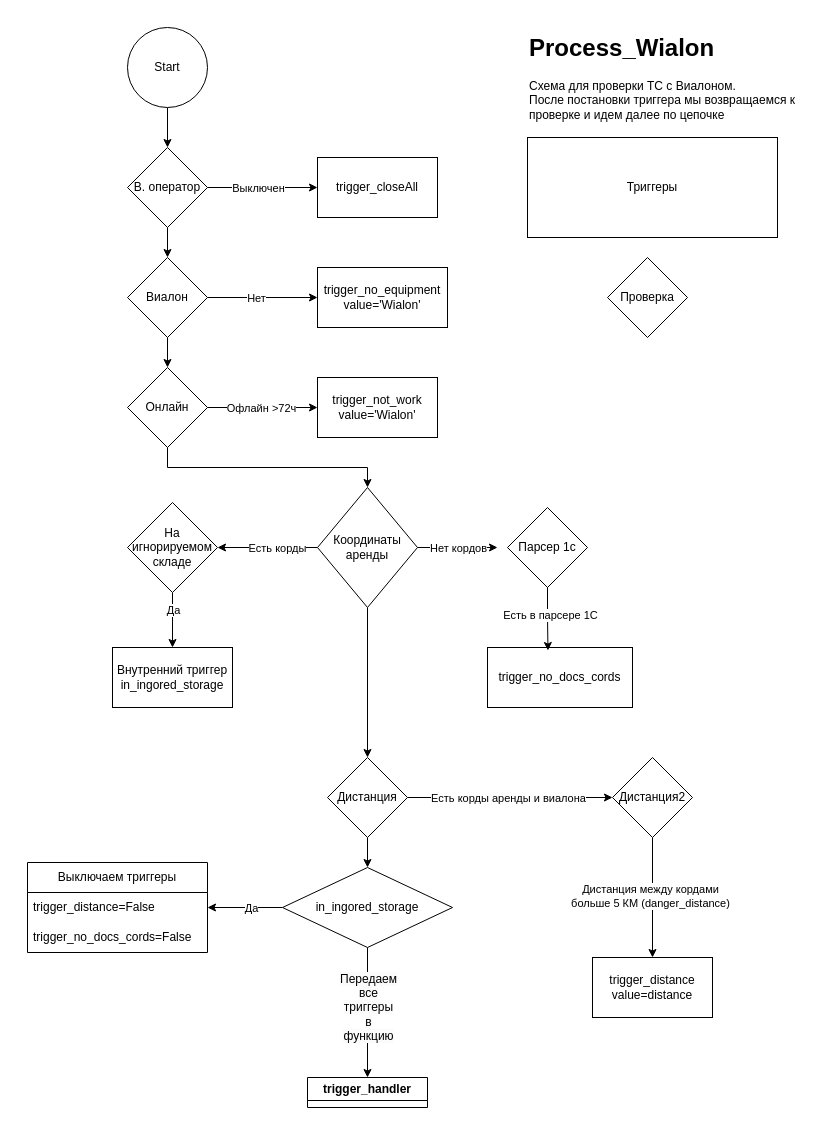
Before: process_wialon.drawio in KiraPixel/cm-virtual-operator, a draw.io diagram. Source tidied: cells renumbered, new cells numbered last; positions are measured from the earlier drawing's top-left corner, leaving out a move shared by most shapes. Both pictures are drawn from the tidied source at 100%, with x=0, y=0 at pixel (27, 27).
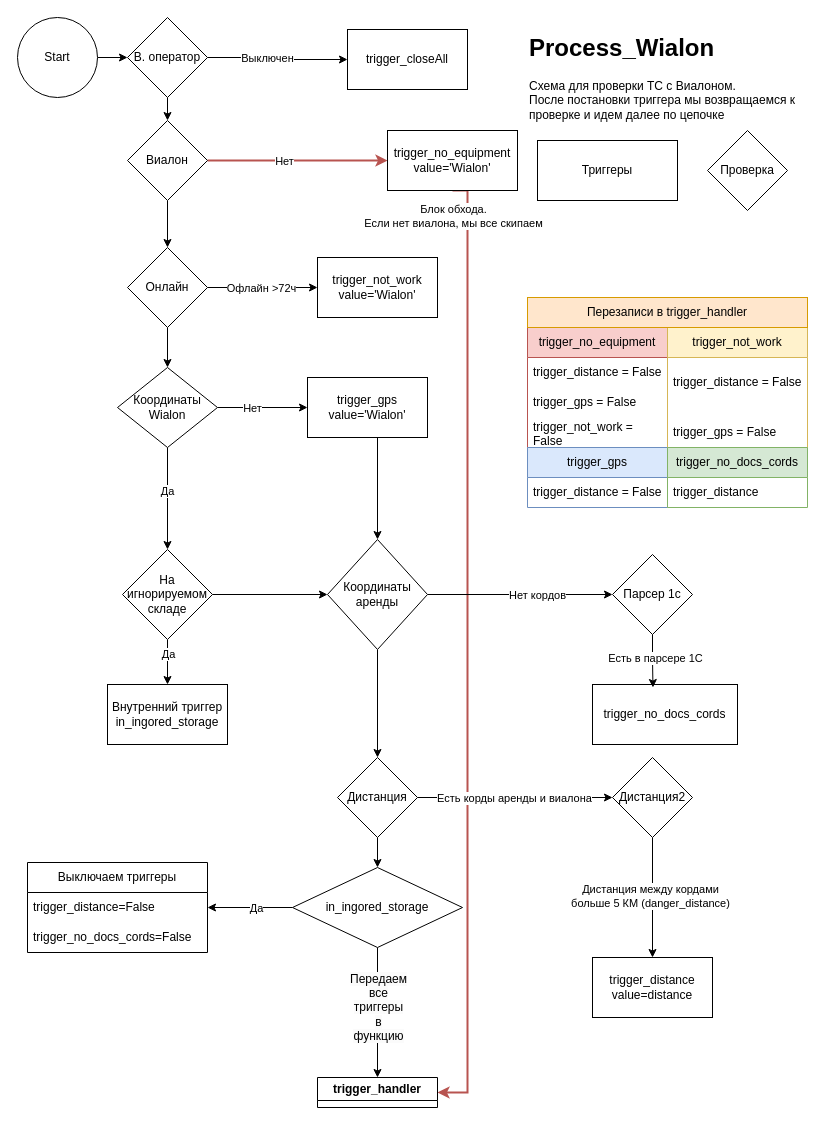
Above is the later version.

What changed in the source:
```diff
@@
-    <mxCell id="2" style="edgeStyle=orthogonalEdgeStyle;rounded=0;jettySize=auto;html=1;exitX=0.5;exitY=1;exitDx=0;exitDy=0;" parent="1" edge="1" source="3" target="7">
+    <mxCell id="2" style="edgeStyle=orthogonalEdgeStyle;rounded=0;jettySize=auto;html=1;exitX=1;exitY=0.5;exitDx=0;exitDy=0;" parent="1" edge="1" source="3" target="7">
       <mxGeometry relative="1" as="geometry" />
     </mxCell>
     <mxCell id="3" value="Start" style="ellipse;whiteSpace=wrap;html=1;" parent="1" vertex="1">
-      <mxGeometry x="100" width="80" height="80" as="geometry" />
+      <mxGeometry x="-10" y="-10" width="80" height="80" as="geometry" />
     </mxCell>
@@
     <mxCell id="7" value="В. оператор" style="rhombus;whiteSpace=wrap;html=1;" parent="1" vertex="1">
-      <mxGeometry x="100" y="120" width="80" height="80" as="geometry" />
+      <mxGeometry x="100" y="-10" width="80" height="80" as="geometry" />
     </mxCell>
     <mxCell id="8" value="trigger_closeAll" style="rounded=0;whiteSpace=wrap;html=1;" parent="1" vertex="1">
-      <mxGeometry x="290" y="130" width="120" height="60" as="geometry" />
+      <mxGeometry x="320" y="2" width="120" height="60" as="geometry" />
     </mxCell>
-    <mxCell id="9" style="edgeStyle=orthogonalEdgeStyle;rounded=0;jettySize=auto;html=1;exitX=1;exitY=0.5;exitDx=0;exitDy=0;" parent="1" edge="1" source="12" target="13">
+    <mxCell id="9" style="edgeStyle=orthogonalEdgeStyle;rounded=0;jettySize=auto;html=1;exitX=1;exitY=0.5;exitDx=0;exitDy=0;fillColor=#f8cecc;strokeColor=#b85450;strokeWidth=2;" parent="1" edge="1" source="12" target="13">
       <mxGeometry relative="1" as="geometry" />
     </mxCell>
     <mxCell id="10" value="Нет" style="edgeLabel;html=1;align=center;verticalAlign=middle;" parent="9" vertex="1">
       <mxGeometry x="-0.13" y="-2" relative="1" as="geometry">
-        <mxPoint y="-2" as="offset" />
+        <mxPoint x="-2" y="-2" as="offset" />
       </mxGeometry>
     </mxCell>
@@
     <mxCell id="12" value="Виалон" style="rhombus;whiteSpace=wrap;html=1;" parent="1" vertex="1">
-      <mxGeometry x="100" y="230" width="80" height="80" as="geometry" />
+      <mxGeometry x="100" y="93" width="80" height="80" as="geometry" />
     </mxCell>
+    <mxCell id="53" style="edgeStyle=orthogonalEdgeStyle;rounded=0;jettySize=auto;html=1;exitX=0.5;exitY=1;exitDx=0;exitDy=0;entryX=1;entryY=0.5;entryDx=0;entryDy=0;fillColor=#f8cecc;strokeColor=#b85450;strokeWidth=2;" parent="1" edge="1" source="13" target="42">
+      <mxGeometry relative="1" as="geometry">
+        <Array as="points">
+          <mxPoint x="440" y="163" />
+          <mxPoint x="440" y="1065" />
+        </Array>
+      </mxGeometry>
+    </mxCell>
+    <mxCell id="54" value="Блок обхода.&lt;br&gt;Если нет виалона, мы все скипаем" style="edgeLabel;html=1;align=center;verticalAlign=middle;" parent="53" vertex="1">
+      <mxGeometry x="-0.92" y="-1" relative="1" as="geometry">
+        <mxPoint x="-14" y="2" as="offset" />
+      </mxGeometry>
+    </mxCell>
     <mxCell id="13" value="trigger_no_equipment&lt;br&gt;value='Wialon'" style="rounded=0;whiteSpace=wrap;html=1;" parent="1" vertex="1">
-      <mxGeometry x="290" y="240" width="130" height="60" as="geometry" />
+      <mxGeometry x="360" y="103" width="130" height="60" as="geometry" />
     </mxCell>
-    <mxCell id="14" style="edgeStyle=orthogonalEdgeStyle;rounded=0;jettySize=auto;html=1;exitX=1;exitY=0.5;exitDx=0;exitDy=0;" parent="1" edge="1" source="17" target="18">
+    <mxCell id="14" style="edgeStyle=orthogonalEdgeStyle;rounded=0;jettySize=auto;html=1;exitX=1;exitY=0.5;exitDx=0;exitDy=0;entryX=0;entryY=0.5;entryDx=0;entryDy=0;" parent="1" edge="1" source="17" target="18">
       <mxGeometry relative="1" as="geometry" />
     </mxCell>
@@
-    <mxCell id="16" style="edgeStyle=orthogonalEdgeStyle;rounded=0;jettySize=auto;html=1;exitX=0.5;exitY=1;exitDx=0;exitDy=0;" parent="1" edge="1" source="17" target="24">
-      <mxGeometry relative="1" as="geometry" />
-    </mxCell>
+    <mxCell id="55" style="edgeStyle=orthogonalEdgeStyle;rounded=0;jettySize=auto;html=1;exitX=0.5;exitY=1;exitDx=0;exitDy=0;" parent="1" edge="1" source="17" target="61">
+      <mxGeometry relative="1" as="geometry" />
+    </mxCell>
     <mxCell id="17" value="Онлайн" style="rhombus;whiteSpace=wrap;html=1;" parent="1" vertex="1">
-      <mxGeometry x="100" y="340" width="80" height="80" as="geometry" />
+      <mxGeometry x="100" y="220" width="80" height="80" as="geometry" />
     </mxCell>
     <mxCell id="18" value="trigger_not_work&lt;br&gt;value='Wialon'" style="rounded=0;whiteSpace=wrap;html=1;" parent="1" vertex="1">
-      <mxGeometry x="290" y="350" width="120" height="60" as="geometry" />
+      <mxGeometry x="290" y="230" width="120" height="60" as="geometry" />
     </mxCell>
-    <mxCell id="19" style="edgeStyle=orthogonalEdgeStyle;rounded=0;jettySize=auto;html=1;exitX=0;exitY=0.5;exitDx=0;exitDy=0;" parent="1" edge="1" source="24" target="30">
-      <mxGeometry relative="1" as="geometry" />
-    </mxCell>
-    <mxCell id="20" value="Есть корды" style="edgeLabel;html=1;align=center;verticalAlign=middle;" parent="19" vertex="1">
-      <mxGeometry x="0.01" relative="1" as="geometry">
-        <mxPoint x="10" as="offset" />
-      </mxGeometry>
-    </mxCell>
-    <mxCell id="21" style="edgeStyle=orthogonalEdgeStyle;rounded=0;orthogonalLoop=1;jettySize=auto;html=1;exitX=1;exitY=0.5;exitDx=0;exitDy=0;entryX=0;entryY=0.5;entryDx=0;entryDy=0;" parent="1" edge="1">
-      <mxGeometry relative="1" as="geometry">
-        <mxPoint x="390" y="520" as="sourcePoint" />
-        <mxPoint x="470" y="520" as="targetPoint" />
-      </mxGeometry>
+    <mxCell id="21" style="edgeStyle=orthogonalEdgeStyle;rounded=0;jettySize=auto;html=1;exitX=1;exitY=0.5;exitDx=0;exitDy=0;" parent="1" edge="1" source="24" target="25">
+      <mxGeometry relative="1" as="geometry" />
     </mxCell>
     <mxCell id="22" value="Нет кордов" style="edgeLabel;html=1;align=center;verticalAlign=middle;" parent="21" vertex="1">
       <mxGeometry x="-0.17" relative="1" as="geometry">
-        <mxPoint x="7" as="offset" />
+        <mxPoint x="32" as="offset" />
       </mxGeometry>
     </mxCell>
@@
     <mxCell id="24" value="Координаты&lt;br&gt;аренды" style="rhombus;whiteSpace=wrap;html=1;" parent="1" vertex="1">
-      <mxGeometry x="290" y="460" width="100" height="120" as="geometry" />
+      <mxGeometry x="300" y="512" width="100" height="110" as="geometry" />
     </mxCell>
     <mxCell id="25" value="Парсер 1с" style="rhombus;whiteSpace=wrap;html=1;" parent="1" vertex="1">
-      <mxGeometry x="480" y="480" width="80" height="80" as="geometry" />
+      <mxGeometry x="585" y="527" width="80" height="80" as="geometry" />
     </mxCell>
     <mxCell id="26" value="trigger_no_docs_cords" style="rounded=0;whiteSpace=wrap;html=1;" parent="1" vertex="1">
-      <mxGeometry x="460" y="620" width="145" height="60" as="geometry" />
+      <mxGeometry x="565" y="657" width="145" height="60" as="geometry" />
     </mxCell>
     <mxCell id="27" value="Триггеры" style="rounded=0;whiteSpace=wrap;html=1;" parent="1" vertex="1">
-      <mxGeometry x="500" y="110" width="250" height="100" as="geometry" />
+      <mxGeometry x="510" y="113" width="140" height="60" as="geometry" />
     </mxCell>
@@
+    <mxCell id="56" style="edgeStyle=orthogonalEdgeStyle;rounded=0;jettySize=auto;html=1;exitX=1;exitY=0.5;exitDx=0;exitDy=0;entryX=0;entryY=0.5;entryDx=0;entryDy=0;" parent="1" edge="1" source="30" target="24">
+      <mxGeometry relative="1" as="geometry" />
+    </mxCell>
     <mxCell id="30" value="На игнорируемом складе" style="rhombus;whiteSpace=wrap;html=1;" parent="1" vertex="1">
-      <mxGeometry x="100" y="475" width="90" height="90" as="geometry" />
+      <mxGeometry x="95" y="522" width="90" height="90" as="geometry" />
     </mxCell>
@@
     <mxCell id="33" value="Внутренний триггер in_ingored_storage" style="rounded=0;whiteSpace=wrap;html=1;" parent="1" vertex="1">
-      <mxGeometry x="85" y="620" width="120" height="60" as="geometry" />
+      <mxGeometry x="80" y="657" width="120" height="60" as="geometry" />
     </mxCell>
@@
     <mxCell id="37" value="Дистанция" style="rhombus;whiteSpace=wrap;html=1;" parent="1" vertex="1">
-      <mxGeometry x="300" y="730" width="80" height="80" as="geometry" />
+      <mxGeometry x="310" y="730" width="80" height="80" as="geometry" />
     </mxCell>
@@
     <mxCell id="42" value="trigger_handler" style="swimlane;whiteSpace=wrap;html=1;" parent="1" vertex="1" collapsed="1">
-      <mxGeometry x="280" y="1050" width="120" height="30" as="geometry" />
+      <mxGeometry x="290" y="1050" width="120" height="30" as="geometry" />
     </mxCell>
@@
     <mxCell id="47" value="in_ingored_storage" style="rhombus;whiteSpace=wrap;html=1;" parent="1" vertex="1">
-      <mxGeometry x="255" y="840" width="170" height="80" as="geometry" />
+      <mxGeometry x="265" y="840" width="170" height="80" as="geometry" />
     </mxCell>
@@
     <mxCell id="52" value="Проверка" style="rhombus;whiteSpace=wrap;html=1;" parent="1" vertex="1">
-      <mxGeometry x="580" y="230" width="80" height="80" as="geometry" />
+      <mxGeometry x="680" y="103" width="80" height="80" as="geometry" />
     </mxCell>
+    <mxCell id="57" style="edgeStyle=orthogonalEdgeStyle;rounded=0;jettySize=auto;html=1;exitX=1;exitY=0.5;exitDx=0;exitDy=0;" parent="1" edge="1" source="61" target="63">
+      <mxGeometry relative="1" as="geometry" />
+    </mxCell>
+    <mxCell id="58" value="Нет" style="edgeLabel;html=1;align=center;verticalAlign=middle;" parent="57" vertex="1">
+      <mxGeometry x="-0.4" y="-3" relative="1" as="geometry">
+        <mxPoint x="7" y="-3" as="offset" />
+      </mxGeometry>
+    </mxCell>
+    <mxCell id="59" style="edgeStyle=orthogonalEdgeStyle;rounded=0;jettySize=auto;html=1;exitX=0.5;exitY=1;exitDx=0;exitDy=0;entryX=0.5;entryY=0;entryDx=0;entryDy=0;" parent="1" edge="1" source="61" target="30">
+      <mxGeometry relative="1" as="geometry" />
+    </mxCell>
+    <mxCell id="60" value="Да" style="edgeLabel;html=1;align=center;verticalAlign=middle;" parent="59" vertex="1">
+      <mxGeometry x="-0.16" y="-1" relative="1" as="geometry" />
+    </mxCell>
+    <mxCell id="61" value="Координаты&lt;br&gt;Wialon" style="rhombus;whiteSpace=wrap;html=1;" parent="1" vertex="1">
+      <mxGeometry x="90" y="340" width="100" height="80" as="geometry" />
+    </mxCell>
+    <mxCell id="62" style="edgeStyle=orthogonalEdgeStyle;rounded=0;jettySize=auto;html=1;exitX=0.5;exitY=1;exitDx=0;exitDy=0;entryX=0.5;entryY=0;entryDx=0;entryDy=0;" parent="1" edge="1" source="63" target="24">
+      <mxGeometry relative="1" as="geometry">
+        <Array as="points">
+          <mxPoint x="350" y="410" />
+        </Array>
+      </mxGeometry>
+    </mxCell>
+    <mxCell id="63" value="trigger_gps&lt;br&gt;value='Wialon'" style="rounded=0;whiteSpace=wrap;html=1;" parent="1" vertex="1">
+      <mxGeometry x="280" y="350" width="120" height="60" as="geometry" />
+    </mxCell>
+    <mxCell id="64" value="trigger_no_equipment" style="swimlane;fontStyle=0;horizontal=1;startSize=30;whiteSpace=wrap;html=1;fillColor=#f8cecc;strokeColor=#b85450;" parent="1" vertex="1">
+      <mxGeometry x="500" y="300" width="140" height="120" as="geometry" />
+    </mxCell>
+    <mxCell id="65" value="trigger_distance = False" style="text;strokeColor=none;fillColor=none;align=left;verticalAlign=middle;spacingLeft=4;spacingRight=4;overflow=hidden;whiteSpace=wrap;html=1;" parent="64" vertex="1">
+      <mxGeometry y="30" width="140" height="30" as="geometry" />
+    </mxCell>
+    <mxCell id="66" value="trigger_gps = False" style="text;strokeColor=none;fillColor=none;align=left;verticalAlign=middle;spacingLeft=4;spacingRight=4;overflow=hidden;whiteSpace=wrap;html=1;" parent="64" vertex="1">
+      <mxGeometry y="60" width="140" height="30" as="geometry" />
+    </mxCell>
+    <mxCell id="67" value="trigger_not_work = False" style="text;strokeColor=none;fillColor=none;align=left;verticalAlign=middle;spacingLeft=4;spacingRight=4;overflow=hidden;whiteSpace=wrap;html=1;" parent="64" vertex="1">
+      <mxGeometry y="90" width="140" height="30" as="geometry" />
+    </mxCell>
+    <mxCell id="68" value="trigger_not_work" style="swimlane;fontStyle=0;horizontal=1;startSize=30;whiteSpace=wrap;html=1;fillColor=#fff2cc;strokeColor=#d6b656;" parent="1" vertex="1">
+      <mxGeometry x="640" y="300" width="140" height="130" as="geometry" />
+    </mxCell>
+    <mxCell id="69" value="trigger_distance = False" style="text;strokeColor=none;fillColor=none;align=left;verticalAlign=middle;spacingLeft=4;spacingRight=4;overflow=hidden;whiteSpace=wrap;html=1;" parent="68" vertex="1">
+      <mxGeometry y="30" width="140" height="50" as="geometry" />
+    </mxCell>
+    <mxCell id="70" value="trigger_gps = False" style="text;strokeColor=none;fillColor=none;align=left;verticalAlign=middle;spacingLeft=4;spacingRight=4;overflow=hidden;whiteSpace=wrap;html=1;" parent="68" vertex="1">
+      <mxGeometry y="80" width="140" height="50" as="geometry" />
+    </mxCell>
+    <mxCell id="71" value="trigger_gps" style="swimlane;fontStyle=0;horizontal=1;startSize=30;whiteSpace=wrap;html=1;fillColor=#dae8fc;strokeColor=#6c8ebf;" parent="1" vertex="1">
+      <mxGeometry x="500" y="420" width="140" height="60" as="geometry" />
+    </mxCell>
+    <mxCell id="72" value="trigger_distance = False" style="text;strokeColor=none;fillColor=none;align=left;verticalAlign=middle;spacingLeft=4;spacingRight=4;overflow=hidden;whiteSpace=wrap;html=1;" parent="71" vertex="1">
+      <mxGeometry y="30" width="140" height="30" as="geometry" />
+    </mxCell>
+    <mxCell id="73" value="trigger_no_docs_cords" style="swimlane;fontStyle=0;horizontal=1;startSize=30;whiteSpace=wrap;html=1;fillColor=#d5e8d4;strokeColor=#82b366;" parent="1" vertex="1">
+      <mxGeometry x="640" y="420" width="140" height="60" as="geometry" />
+    </mxCell>
+    <mxCell id="74" value="trigger_distance" style="text;strokeColor=none;fillColor=none;align=left;verticalAlign=middle;spacingLeft=4;spacingRight=4;overflow=hidden;whiteSpace=wrap;html=1;" parent="73" vertex="1">
+      <mxGeometry y="30" width="140" height="30" as="geometry" />
+    </mxCell>
+    <mxCell id="75" value="Перезаписи в&amp;nbsp;trigger_handler" style="text;html=1;align=center;verticalAlign=middle;whiteSpace=wrap;rounded=0;fillColor=#ffe6cc;strokeColor=#d79b00;" parent="1" vertex="1">
+      <mxGeometry x="500" y="270" width="280" height="30" as="geometry" />
+    </mxCell>
```
